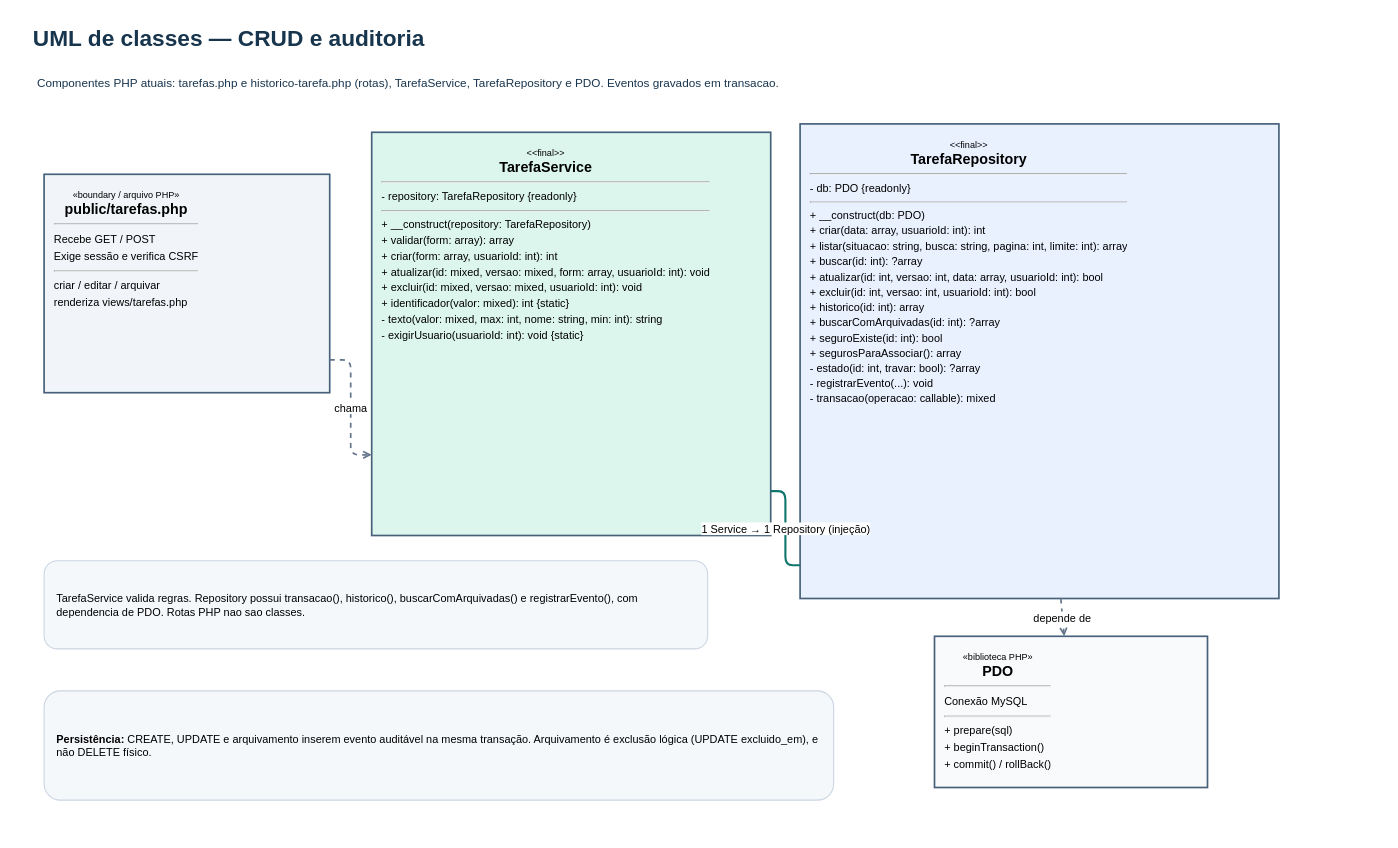
Before: diagramas-corrigidos-editaveis/03-classes-php-crud.drawio in brunorobertocataneo/Monitorrenova, a draw.io diagram. Source tidied: cells renumbered, new cells numbered last; positions are measured from the earlier drawing's top-left corner, leaving out a move shared by most shapes. Both pictures are drawn from the tidied source at 84%, with x=0, y=0 at pixel (31, 14).
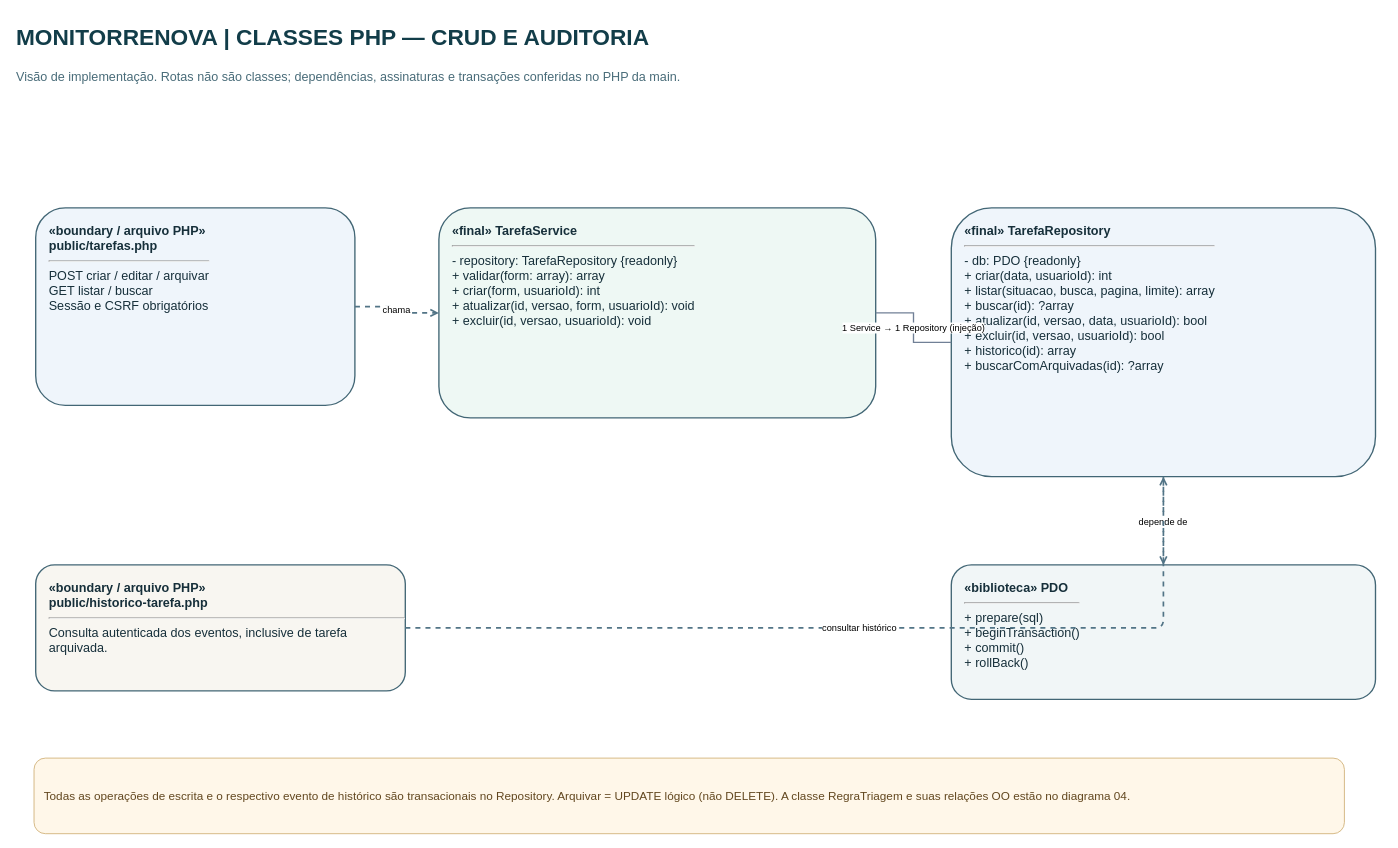
Above is the later version.

Commit message (it also covers changes not shown here):
docs(final): integrar UML corrigidos e arquivo consolidado

Change to the diagram source:
```diff
@@
 <mxGraphModel>
   <root>
     <mxCell id="0" />
     <mxCell id="1" parent="0" />
-    <mxCell id="2" value="&lt;b style=&quot;font-size:27px&quot;&gt;UML de classes — CRUD e auditoria&lt;/b&gt;" style="rounded=0;whiteSpace=wrap;html=1;fillColor=none;strokeColor=none;align=left;verticalAlign=middle;fontSize=25;fontColor=#18354E;" parent="1" vertex="1">
-      <mxGeometry width="1500" height="58" as="geometry" />
-    </mxCell>
-    <mxCell id="3" value="Componentes PHP atuais: tarefas.php e historico-tarefa.php (rotas), TarefaService, TarefaRepository e PDO. Eventos gravados em transacao." style="rounded=0;whiteSpace=wrap;html=1;fillColor=none;strokeColor=none;align=left;verticalAlign=middle;fontSize=14;fontColor=#18354E;" parent="1" vertex="1">
-      <mxGeometry x="5" y="58" width="1490" height="45" as="geometry" />
-    </mxCell>
-    <mxCell id="4" value="&lt;div style=&quot;text-align:center&quot;&gt;&lt;small&gt;«boundary / arquivo PHP»&lt;/small&gt;&lt;br/&gt;&lt;b style=&quot;font-size:17px&quot;&gt;public/tarefas.php&lt;/b&gt;&lt;/div&gt;&lt;hr/&gt;&lt;div style=&quot;font-size:13px;line-height:1.55&quot;&gt;Recebe GET / POST&lt;br/&gt;Exige sessão e verifica CSRF&lt;/div&gt;&lt;hr/&gt;&lt;div style=&quot;font-size:13px;line-height:1.55&quot;&gt;criar / editar / arquivar&lt;br/&gt;renderiza views/tarefas.php&lt;/div&gt;" style="rounded=0;whiteSpace=wrap;html=1;fillColor=#F1F5F9;strokeColor=#47617A;strokeWidth=2;align=left;verticalAlign=top;spacing=12;overflow=hidden;fontSize=13;" parent="1" vertex="1">
-      <mxGeometry x="15" y="190" width="340" height="260" as="geometry" />
-    </mxCell>
-    <mxCell id="5" value="&lt;div style=&quot;text-align:center&quot;&gt;&lt;small&gt;&amp;lt;&amp;lt;final&amp;gt;&amp;gt;&lt;/small&gt;&lt;br/&gt;&lt;b style=&quot;font-size:17px&quot;&gt;TarefaService&lt;/b&gt;&lt;/div&gt;&lt;hr/&gt;&lt;div style=&quot;font-size:13px;line-height:1.45&quot;&gt;- repository: TarefaRepository {readonly}&lt;/div&gt;&lt;hr/&gt;&lt;div style=&quot;font-size:13px;line-height:1.45&quot;&gt;+ __construct(repository: TarefaRepository)&lt;br/&gt;+ validar(form: array): array&lt;br/&gt;+ criar(form: array, usuarioId: int): int&lt;br/&gt;+ atualizar(id: mixed, versao: mixed, form: array, usuarioId: int): void&lt;br/&gt;+ excluir(id: mixed, versao: mixed, usuarioId: int): void&lt;br/&gt;+ identificador(valor: mixed): int {static}&lt;br/&gt;- texto(valor: mixed, max: int, nome: string, min: int): string&lt;br/&gt;- exigirUsuario(usuarioId: int): void {static}&lt;/div&gt;" style="rounded=0;whiteSpace=wrap;html=1;fillColor=#DDF6ED;strokeColor=#47617A;strokeWidth=2;align=left;verticalAlign=top;spacing=12;overflow=hidden;fontSize=13;" parent="1" vertex="1">
-      <mxGeometry x="405" y="140" width="475" height="480" as="geometry" />
-    </mxCell>
-    <mxCell id="6" value="&lt;div style=&quot;text-align:center&quot;&gt;&lt;small&gt;&amp;lt;&amp;lt;final&amp;gt;&amp;gt;&lt;/small&gt;&lt;br/&gt;&lt;b style=&quot;font-size:17px&quot;&gt;TarefaRepository&lt;/b&gt;&lt;/div&gt;&lt;hr/&gt;&lt;div style=&quot;font-size:13px;line-height:1.4&quot;&gt;- db: PDO {readonly}&lt;/div&gt;&lt;hr/&gt;&lt;div style=&quot;font-size:13px;line-height:1.4&quot;&gt;+ __construct(db: PDO)&lt;br/&gt;+ criar(data: array, usuarioId: int): int&lt;br/&gt;+ listar(situacao: string, busca: string, pagina: int, limite: int): array&lt;br/&gt;+ buscar(id: int): ?array&lt;br/&gt;+ atualizar(id: int, versao: int, data: array, usuarioId: int): bool&lt;br/&gt;+ excluir(id: int, versao: int, usuarioId: int): bool&lt;br/&gt;+ historico(id: int): array&lt;br/&gt;+ buscarComArquivadas(id: int): ?array&lt;br/&gt;+ seguroExiste(id: int): bool&lt;br/&gt;+ segurosParaAssociar(): array&lt;br/&gt;- estado(id: int, travar: bool): ?array&lt;br/&gt;- registrarEvento(...): void&lt;br/&gt;- transacao(operacao: callable): mixed&lt;/div&gt;" style="rounded=0;whiteSpace=wrap;html=1;fillColor=#E9F1FF;strokeColor=#47617A;strokeWidth=2;align=left;verticalAlign=top;spacing=12;overflow=hidden;fontSize=13;" parent="1" vertex="1">
-      <mxGeometry x="915" y="130" width="570" height="565" as="geometry" />
-    </mxCell>
-    <mxCell id="7" value="&lt;div style=&quot;text-align:center&quot;&gt;&lt;small&gt;«biblioteca PHP»&lt;/small&gt;&lt;br/&gt;&lt;b style=&quot;font-size:17px&quot;&gt;PDO&lt;/b&gt;&lt;/div&gt;&lt;hr/&gt;&lt;div style=&quot;font-size:13px;line-height:1.55&quot;&gt;Conexão MySQL&lt;/div&gt;&lt;hr/&gt;&lt;div style=&quot;font-size:13px;line-height:1.55&quot;&gt;+ prepare(sql)&lt;br/&gt;+ beginTransaction()&lt;br/&gt;+ commit() / rollBack()&lt;/div&gt;" style="rounded=0;whiteSpace=wrap;html=1;fillColor=#F8FAFC;strokeColor=#47617A;strokeWidth=2;align=left;verticalAlign=top;spacing=12;overflow=hidden;fontSize=13;" parent="1" vertex="1">
-      <mxGeometry x="1075" y="740" width="325" height="180" as="geometry" />
-    </mxCell>
+    <mxCell id="13" value="MONITORRENOVA  |  CLASSES PHP — CRUD E AUDITORIA" style="text;html=1;align=left;verticalAlign=middle;fontSize=27;fontStyle=1;fontColor=#123D49;strokeColor=none;fillColor=none;whiteSpace=wrap;" parent="1" vertex="1">
+      <mxGeometry x="-20" y="2" width="1630" height="52" as="geometry" />
+    </mxCell>
+    <mxCell id="14" value="Visão de implementação. Rotas não são classes; dependências, assinaturas e transações conferidas no PHP da main." style="text;html=1;align=left;verticalAlign=top;fontSize=15;fontColor=#496C79;strokeColor=none;fillColor=none;whiteSpace=wrap;" parent="1" vertex="1">
+      <mxGeometry x="-20" y="58" width="1630" height="52" as="geometry" />
+    </mxCell>
+    <mxCell id="15" value="&lt;b&gt;«boundary / arquivo PHP»&lt;br/&gt;public/tarefas.php&lt;/b&gt;&lt;hr/&gt;POST criar / editar / arquivar&lt;br/&gt;GET listar / buscar&lt;br/&gt;Sessão e CSRF obrigatórios" style="rounded=1;whiteSpace=wrap;html=1;fillColor=#EFF5FB;strokeColor=#426675;strokeWidth=1.6;align=left;verticalAlign=top;spacingTop=12;spacingLeft=14;fontSize=15;fontColor=#162F3A;" parent="1" vertex="1">
+      <mxGeometry x="5" y="230" width="380" height="235" as="geometry" />
+    </mxCell>
+    <mxCell id="16" value="&lt;b&gt;«final» TarefaService&lt;/b&gt;&lt;hr/&gt;- repository: TarefaRepository {readonly}&lt;br/&gt;+ validar(form: array): array&lt;br/&gt;+ criar(form, usuarioId): int&lt;br/&gt;+ atualizar(id, versao, form, usuarioId): void&lt;br/&gt;+ excluir(id, versao, usuarioId): void" style="rounded=1;whiteSpace=wrap;html=1;fillColor=#EEF8F4;strokeColor=#426675;strokeWidth=1.6;align=left;verticalAlign=top;spacingTop=12;spacingLeft=14;fontSize=15;fontColor=#162F3A;" parent="1" vertex="1">
+      <mxGeometry x="485" y="230" width="520" height="250" as="geometry" />
+    </mxCell>
+    <mxCell id="17" value="&lt;b&gt;«final» TarefaRepository&lt;/b&gt;&lt;hr/&gt;- db: PDO {readonly}&lt;br/&gt;+ criar(data, usuarioId): int&lt;br/&gt;+ listar(situacao, busca, pagina, limite): array&lt;br/&gt;+ buscar(id): ?array&lt;br/&gt;+ atualizar(id, versao, data, usuarioId): bool&lt;br/&gt;+ excluir(id, versao, usuarioId): bool&lt;br/&gt;+ historico(id): array&lt;br/&gt;+ buscarComArquivadas(id): ?array" style="rounded=1;whiteSpace=wrap;html=1;fillColor=#EFF5FB;strokeColor=#426675;strokeWidth=1.6;align=left;verticalAlign=top;spacingTop=12;spacingLeft=14;fontSize=15;fontColor=#162F3A;" parent="1" vertex="1">
+      <mxGeometry x="1095" y="230" width="505" height="320" as="geometry" />
+    </mxCell>
+    <mxCell id="18" value="&lt;b&gt;«biblioteca» PDO&lt;/b&gt;&lt;hr/&gt;+ prepare(sql)&lt;br/&gt;+ beginTransaction()&lt;br/&gt;+ commit()&lt;br/&gt;+ rollBack()" style="rounded=1;whiteSpace=wrap;html=1;fillColor=#F1F6F7;strokeColor=#426675;strokeWidth=1.6;align=left;verticalAlign=top;spacingTop=12;spacingLeft=14;fontSize=15;fontColor=#162F3A;" parent="1" vertex="1">
+      <mxGeometry x="1095" y="655" width="505" height="160" as="geometry" />
+    </mxCell>
+    <mxCell id="19" value="&lt;b&gt;«boundary / arquivo PHP»&lt;br/&gt;public/historico-tarefa.php&lt;/b&gt;&lt;hr/&gt;Consulta autenticada dos eventos, inclusive de tarefa arquivada." style="rounded=1;whiteSpace=wrap;html=1;fillColor=#F8F6F1;strokeColor=#426675;strokeWidth=1.6;align=left;verticalAlign=top;spacingTop=12;spacingLeft=14;fontSize=15;fontColor=#162F3A;" parent="1" vertex="1">
+      <mxGeometry x="5" y="655" width="440" height="150" as="geometry" />
+    </mxCell>
-    <mxCell id="8" value="chama" style="endArrow=open;endFill=0;dashed=1;strokeColor=#64748B;strokeWidth=2;fontSize=13;html=1;labelBackgroundColor=#FFFFFF;edgeStyle=orthogonalEdgeStyle;exitX=1;exitY=0.85;entryX=0;entryY=0.80;" parent="1" edge="1" source="4" target="5">
+    <mxCell id="8" value="chama" style="endArrow=open;endFill=0;dashed=1;strokeColor=#527486;strokeWidth=2;edgeStyle=orthogonalEdgeStyle;" parent="1" edge="1" source="15" target="16">
       <mxGeometry relative="1" as="geometry" />
     </mxCell>
-    <mxCell id="9" value="1 Service → 1 Repository (injeção)" style="endArrow=none;strokeColor=#0F766E;strokeWidth=2.5;fontSize=13;html=1;labelBackgroundColor=#FFFFFF;edgeStyle=orthogonalEdgeStyle;exitX=1;exitY=0.89;entryX=0;entryY=0.93;" parent="1" edge="1" source="5" target="6">
+    <mxCell id="9" value="1 Service → 1 Repository (injeção)" style="endArrow=none;html=1;strokeColor=#718096;strokeWidth=1.6;rounded=0;edgeStyle=orthogonalEdgeStyle;" parent="1" edge="1" source="16" target="17">
       <mxGeometry relative="1" as="geometry" />
     </mxCell>
-    <mxCell id="10" value="depende de" style="endArrow=open;endFill=0;dashed=1;strokeColor=#64748B;strokeWidth=2;fontSize=13;html=1;labelBackgroundColor=#FFFFFF;" parent="1" edge="1" source="6" target="7">
+    <mxCell id="10" value="depende de" style="endArrow=open;endFill=0;dashed=1;strokeColor=#527486;strokeWidth=2;edgeStyle=orthogonalEdgeStyle;" parent="1" edge="1" source="17" target="18">
       <mxGeometry relative="1" as="geometry" />
     </mxCell>
-    <mxCell id="11" value="TarefaService valida regras. Repository possui transacao(), historico(), buscarComArquivadas() e registrarEvento(), com dependencia de PDO. Rotas PHP nao sao classes." style="rounded=1;whiteSpace=wrap;html=1;fillColor=#F5F8FB;strokeColor=#CBD5E1;strokeWidth=1.3;align=left;verticalAlign=middle;spacing=15;fontSize=13;" parent="1" vertex="1">
-      <mxGeometry x="15" y="650" width="790" height="105" as="geometry" />
-    </mxCell>
-    <mxCell id="12" value="&lt;b&gt;Persistência:&lt;/b&gt; CREATE, UPDATE e arquivamento inserem evento auditável na mesma transação. Arquivamento é exclusão lógica (UPDATE excluido_em), e não DELETE físico." style="rounded=1;whiteSpace=wrap;html=1;fillColor=#F5F8FB;strokeColor=#CBD5E1;strokeWidth=1.3;align=left;verticalAlign=middle;spacing=15;fontSize=13;" parent="1" vertex="1">
-      <mxGeometry x="15" y="805" width="940" height="130" as="geometry" />
-    </mxCell>
+    <mxCell id="20" value="consultar histórico" style="endArrow=open;endFill=0;dashed=1;strokeColor=#527486;strokeWidth=2;edgeStyle=orthogonalEdgeStyle;" parent="1" edge="1" source="19" target="17">
+      <mxGeometry relative="1" as="geometry" />
+    </mxCell>
+    <mxCell id="21" value="Todas as operações de escrita e o respectivo evento de histórico são transacionais no Repository. Arquivar = UPDATE lógico (não DELETE). A classe RegraTriagem e suas relações OO estão no diagrama 04." style="rounded=1;whiteSpace=wrap;html=1;fillColor=#FFF7E9;strokeColor=#CEAE74;fontColor=#62471F;align=left;verticalAlign=middle;spacing=12;fontSize=14;" parent="1" vertex="1">
+      <mxGeometry x="3" y="885" width="1560" height="90" as="geometry" />
+    </mxCell>
   </root>
 </mxGraphModel>
```
